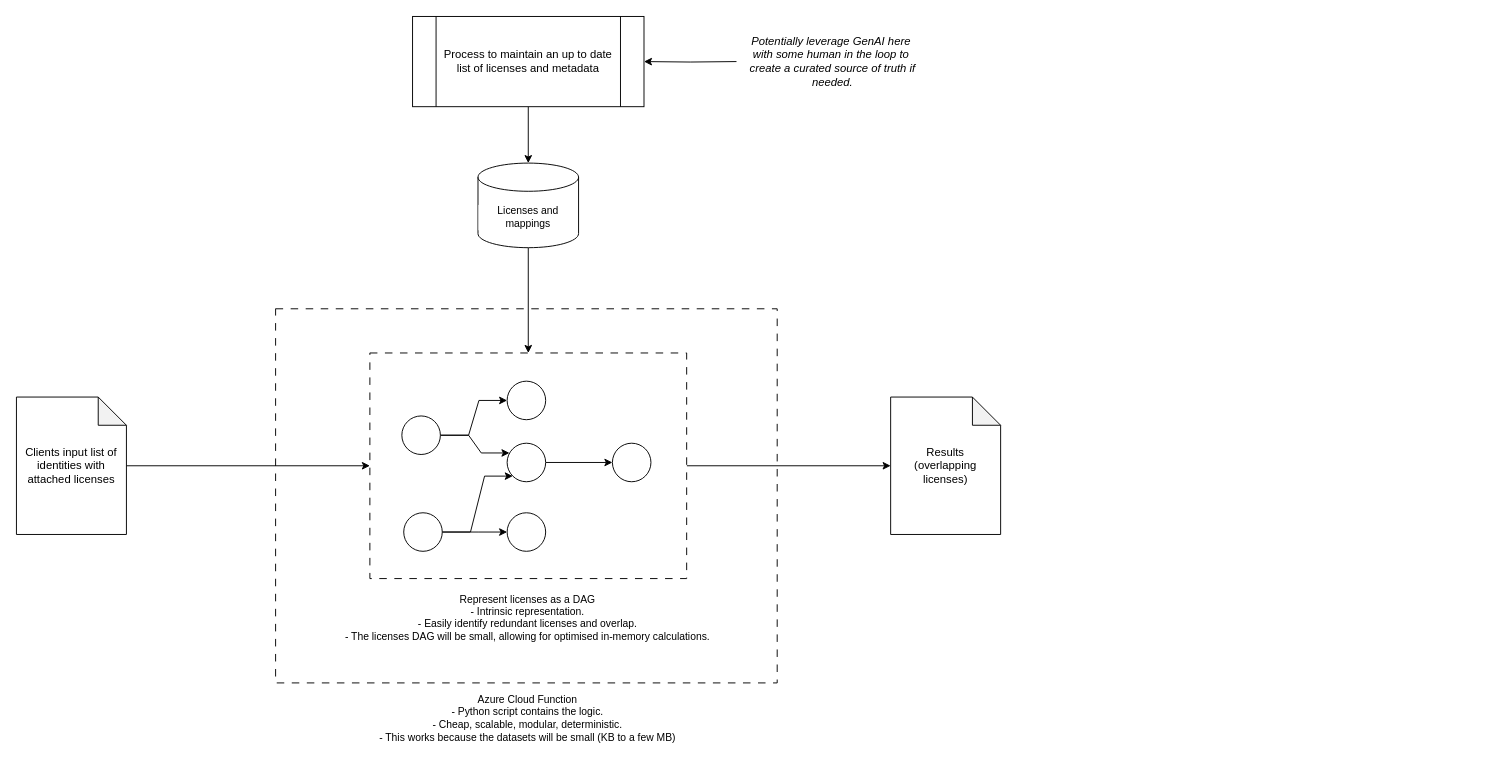
isaakchoi/m365-license-optimiser keeps this draw.io diagram as architecture.drawio. Above is the earlier version. Source tidied: cells renumbered, new cells numbered last; positions are measured from the earlier drawing's top-left corner, leaving out a move shared by most shapes. Both pictures are drawn from the tidied source at 94%, with x=0, y=0 at pixel (16, 16).
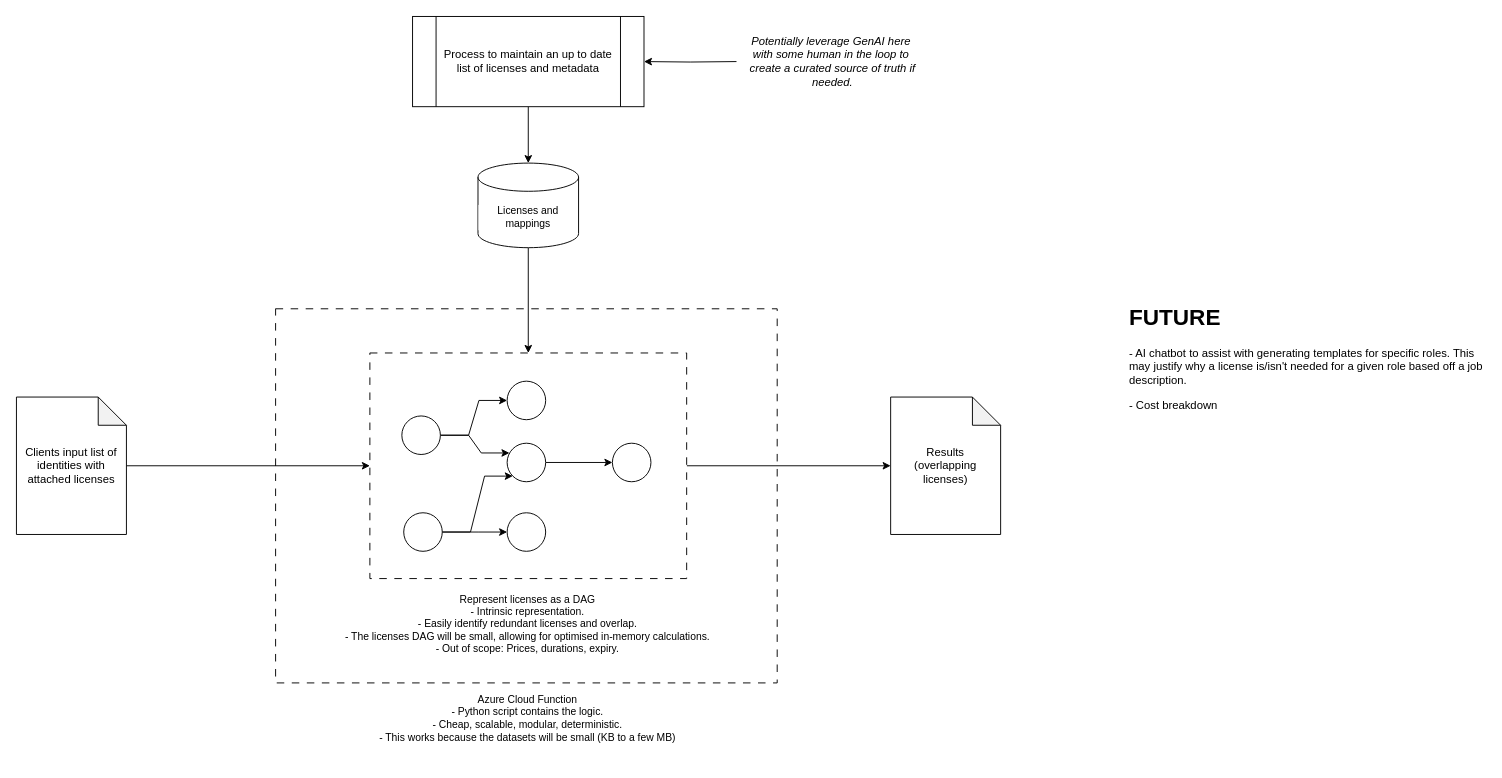
Above is the later version.

Commit message:
update architecture diagram

Change to the diagram source:
```diff
@@
-    <mxCell id="17" value="Represent licenses as a DAG&lt;div&gt;- Intrinsic representation.&lt;br&gt;&lt;div&gt;- Easily identify redundant licenses and overlap.&lt;/div&gt;&lt;/div&gt;&lt;div&gt;- The licenses DAG will be small, allowing for optimised in-memory calculations.&lt;/div&gt;" style="text;html=1;align=center;verticalAlign=top;whiteSpace=wrap;rounded=0;fontFamily=Helvetica;fontSize=11;fontColor=default;labelBackgroundColor=default;" parent="1" vertex="1">
+    <mxCell id="17" value="Represent licenses as a DAG&lt;div&gt;- Intrinsic representation.&lt;br&gt;&lt;div&gt;- Easily identify redundant licenses and overlap.&lt;/div&gt;&lt;/div&gt;&lt;div&gt;- The licenses DAG will be small, allowing for optimised in-memory calculations.&lt;/div&gt;&lt;div&gt;- Out of scope: Prices, durations, expiry.&lt;/div&gt;" style="text;html=1;align=center;verticalAlign=top;whiteSpace=wrap;rounded=0;fontFamily=Helvetica;fontSize=11;fontColor=default;labelBackgroundColor=default;" parent="1" vertex="1">
       <mxGeometry x="347" y="607" width="393.5" height="67" as="geometry" />
     </mxCell>
@@
+    <mxCell id="27" value="&lt;h1 style=&quot;margin-top: 0px;&quot;&gt;FUTURE&lt;/h1&gt;&lt;p&gt;- AI chatbot to assist with generating templates for specific roles. This may justify why a license is/isn't needed for a given role based off a job description.&lt;/p&gt;&lt;p&gt;- Cost breakdown&lt;/p&gt;&lt;p&gt;&lt;br&gt;&lt;/p&gt;" style="text;html=1;whiteSpace=wrap;overflow=hidden;rounded=0;" parent="1" vertex="1">
+      <mxGeometry x="1182" y="300" width="381" height="154" as="geometry" />
+    </mxCell>
```
